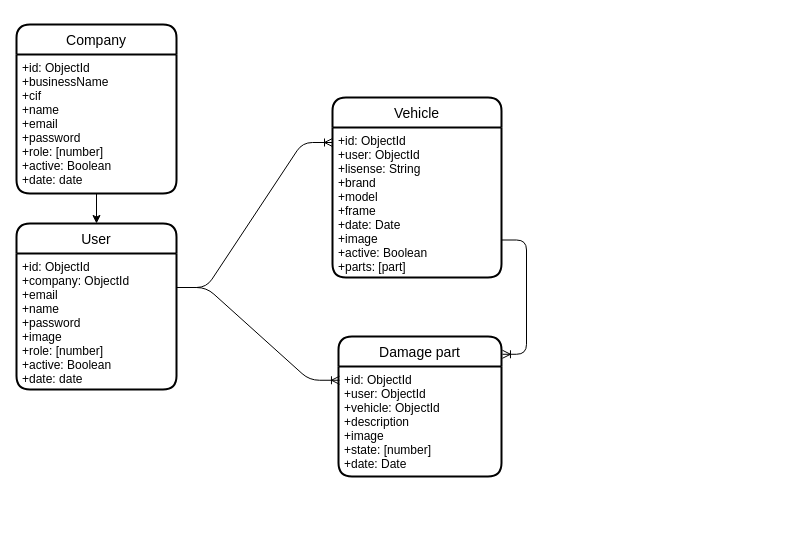
Above: page "modelos-de-datos" (2 of 4) of staff/juanjo-ruiz/project/doc/other/proyectofinal.drawio in manuelbarzi/neoland-parttime-202109 (draw.io), before the change. Source tidied: cells renumbered, new cells numbered last; positions are measured from the earlier drawing's top-left corner, leaving out a move shared by most shapes. Both pictures are drawn from the tidied source at 100%, with x=0, y=0 at pixel (16, 24).
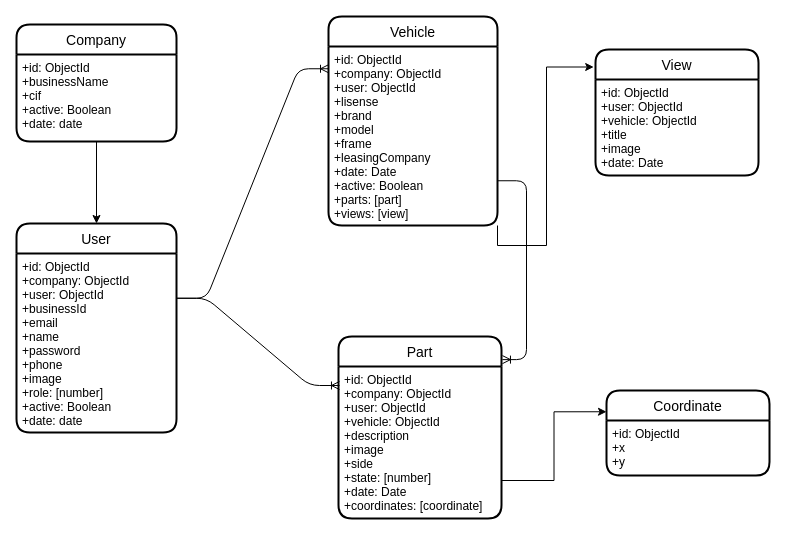
Above is the later version.

The edit, as a diff of the source:
```diff
@@
     <mxCell id="2" value="User" style="swimlane;horizontal=1;startSize=30;rounded=1;fontSize=14;fontStyle=0;strokeWidth=2;shadow=0;dashed=0;align=center;" parent="1" vertex="1">
-      <mxGeometry y="199" width="160" height="166" as="geometry" />
+      <mxGeometry y="199" width="160" height="209" as="geometry" />
     </mxCell>
-    <mxCell id="3" value="+id: ObjectId&#10;+company: ObjectId&#10;+email&#10;+name&#10;+password&#10;+image&#10;+role: [number]&#10;+active: Boolean&#10;+date: date" style="align=left;strokeColor=none;fillColor=none;spacingLeft=4;fontSize=12;verticalAlign=top;rounded=1;" parent="2" vertex="1">
-      <mxGeometry y="30" width="160" height="136" as="geometry" />
+    <mxCell id="3" value="+id: ObjectId&#10;+company: ObjectId&#10;+user: ObjectId&#10;+businessId&#10;+email&#10;+name&#10;+password&#10;+phone&#10;+image&#10;+role: [number]&#10;+active: Boolean&#10;+date: date" style="align=left;strokeColor=none;fillColor=none;spacingLeft=4;fontSize=12;verticalAlign=top;rounded=1;" parent="2" vertex="1">
+      <mxGeometry y="30" width="160" height="179" as="geometry" />
     </mxCell>
+    <mxCell id="14" style="edgeStyle=orthogonalEdgeStyle;rounded=0;jettySize=auto;html=1;exitX=1;exitY=1;exitDx=0;exitDy=0;entryX=-0.011;entryY=0.139;entryDx=0;entryDy=0;entryPerimeter=0;" parent="1" edge="1" source="4" target="15">
+      <mxGeometry relative="1" as="geometry" />
+    </mxCell>
     <mxCell id="4" value="Vehicle" style="swimlane;horizontal=1;startSize=30;rounded=1;fontSize=14;fontStyle=0;strokeWidth=2;shadow=0;dashed=0;align=center;" parent="1" vertex="1">
-      <mxGeometry x="316" y="73" width="169" height="180" as="geometry" />
+      <mxGeometry x="312" y="-8" width="169" height="209" as="geometry" />
     </mxCell>
-    <mxCell id="5" value="+id: ObjectId&#10;+user: ObjectId&#10;+lisense: String&#10;+brand&#10;+model&#10;+frame&#10;+date: Date&#10;+image&#10;+active: Boolean&#10;+parts: [part]" style="align=left;strokeColor=none;fillColor=none;spacingLeft=4;fontSize=12;verticalAlign=top;rounded=1;" parent="4" vertex="1">
-      <mxGeometry y="30" width="169" height="150" as="geometry" />
+    <mxCell id="5" value="+id: ObjectId&#10;+company: ObjectId&#10;+user: ObjectId&#10;+lisense&#10;+brand&#10;+model&#10;+frame&#10;+leasingCompany&#10;+date: Date&#10;+active: Boolean&#10;+parts: [part]&#10;+views: [view]" style="align=left;strokeColor=none;fillColor=none;spacingLeft=4;fontSize=12;verticalAlign=top;rounded=1;" parent="4" vertex="1">
+      <mxGeometry y="30" width="169" height="179" as="geometry" />
     </mxCell>
-    <mxCell id="6" value="Damage part" style="swimlane;horizontal=1;startSize=30;rounded=1;fontSize=14;fontStyle=0;strokeWidth=2;shadow=0;dashed=0;align=center;" parent="1" vertex="1">
-      <mxGeometry x="322" y="312" width="163" height="140" as="geometry" />
+    <mxCell id="6" value="Part" style="swimlane;horizontal=1;startSize=30;rounded=1;fontSize=14;fontStyle=0;strokeWidth=2;shadow=0;dashed=0;align=center;" parent="1" vertex="1">
+      <mxGeometry x="322" y="312" width="163" height="182" as="geometry" />
     </mxCell>
-    <mxCell id="7" value="+id: ObjectId&#10;+user: ObjectId&#10;+vehicle: ObjectId&#10;+description&#10;+image&#10;+state: [number]&#10;+date: Date" style="align=left;strokeColor=none;fillColor=none;spacingLeft=4;fontSize=12;verticalAlign=top;rounded=1;" parent="6" vertex="1">
-      <mxGeometry y="30" width="163" height="110" as="geometry" />
+    <mxCell id="7" value="+id: ObjectId&#10;+company: ObjectId&#10;+user: ObjectId&#10;+vehicle: ObjectId&#10;+description&#10;+image&#10;+side&#10;+state: [number]&#10;+date: Date&#10;+coordinates: [coordinate]" style="align=left;strokeColor=none;fillColor=none;spacingLeft=4;fontSize=12;verticalAlign=top;rounded=1;" parent="6" vertex="1">
+      <mxGeometry y="30" width="163" height="152" as="geometry" />
     </mxCell>
@@
     <mxCell id="11" value="Company" style="swimlane;horizontal=1;startSize=30;rounded=1;fontSize=14;fontStyle=0;strokeWidth=2;shadow=0;dashed=0;align=center;" parent="1" vertex="1">
-      <mxGeometry width="160" height="169" as="geometry" />
+      <mxGeometry width="160" height="117" as="geometry" />
     </mxCell>
-    <mxCell id="12" value="+id: ObjectId&#10;+businessName&#10;+cif&#10;+name&#10;+email&#10;+password&#10;+role: [number]&#10;+active: Boolean&#10;+date: date" style="align=left;strokeColor=none;fillColor=none;spacingLeft=4;fontSize=12;verticalAlign=top;rounded=1;" parent="11" vertex="1">
-      <mxGeometry y="30" width="160" height="139" as="geometry" />
+    <mxCell id="12" value="+id: ObjectId&#10;+businessName&#10;+cif&#10;+active: Boolean&#10;+date: date" style="align=left;strokeColor=none;fillColor=none;spacingLeft=4;fontSize=12;verticalAlign=top;rounded=1;" parent="11" vertex="1">
+      <mxGeometry y="30" width="160" height="87" as="geometry" />
     </mxCell>
@@
+    <mxCell id="15" value="View" style="swimlane;horizontal=1;startSize=30;rounded=1;fontSize=14;fontStyle=0;strokeWidth=2;shadow=0;dashed=0;align=center;" parent="1" vertex="1">
+      <mxGeometry x="579" y="25" width="163" height="126" as="geometry" />
+    </mxCell>
+    <mxCell id="16" value="+id: ObjectId&#10;+user: ObjectId&#10;+vehicle: ObjectId&#10;+title&#10;+image&#10;+date: Date" style="align=left;strokeColor=none;fillColor=none;spacingLeft=4;fontSize=12;verticalAlign=top;rounded=1;" parent="15" vertex="1">
+      <mxGeometry y="30" width="163" height="96" as="geometry" />
+    </mxCell>
+    <mxCell id="17" value="Coordinate" style="swimlane;horizontal=1;startSize=30;rounded=1;fontSize=14;fontStyle=0;strokeWidth=2;shadow=0;dashed=0;align=center;" parent="1" vertex="1">
+      <mxGeometry x="590" y="366" width="163" height="85" as="geometry" />
+    </mxCell>
+    <mxCell id="18" value="+id: ObjectId&#10;+x&#10;+y" style="align=left;strokeColor=none;fillColor=none;spacingLeft=4;fontSize=12;verticalAlign=top;rounded=1;" parent="17" vertex="1">
+      <mxGeometry y="30" width="163" height="55" as="geometry" />
+    </mxCell>
+    <mxCell id="19" style="edgeStyle=orthogonalEdgeStyle;rounded=0;jettySize=auto;html=1;exitX=1;exitY=0.75;exitDx=0;exitDy=0;entryX=0;entryY=0.25;entryDx=0;entryDy=0;" parent="1" edge="1" source="7" target="17">
+      <mxGeometry relative="1" as="geometry" />
+    </mxCell>
```
